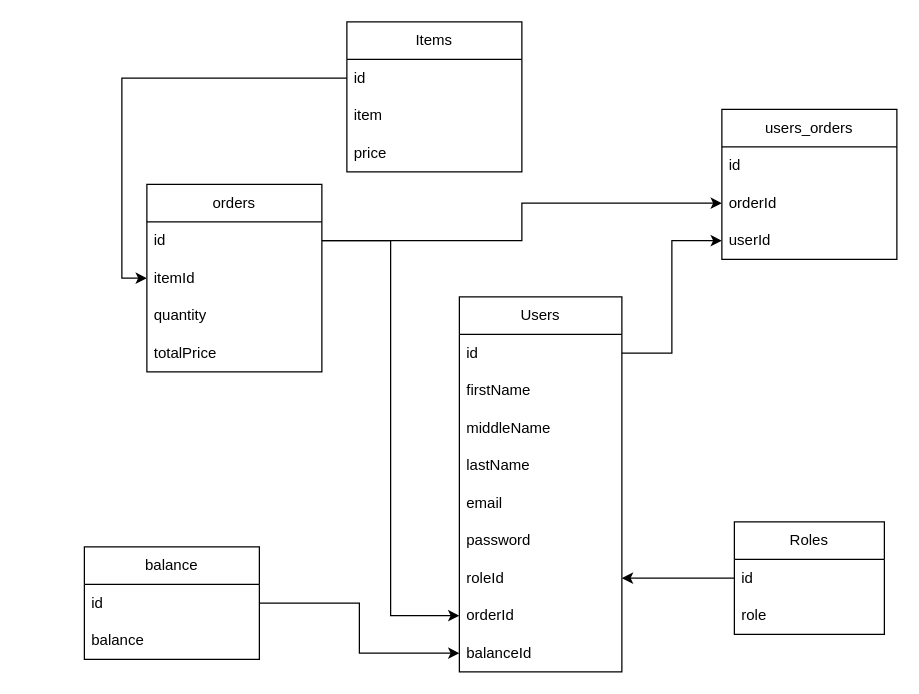
Above: Untitled Diagram.drawio in rvldodo/stripe-api (draw.io), before the change. Source tidied: cells renumbered, new cells numbered last; positions are measured from the earlier drawing's top-left corner, leaving out a move shared by most shapes. Both pictures are drawn from the tidied source at 125%, with x=0, y=0 at pixel (84, 21).
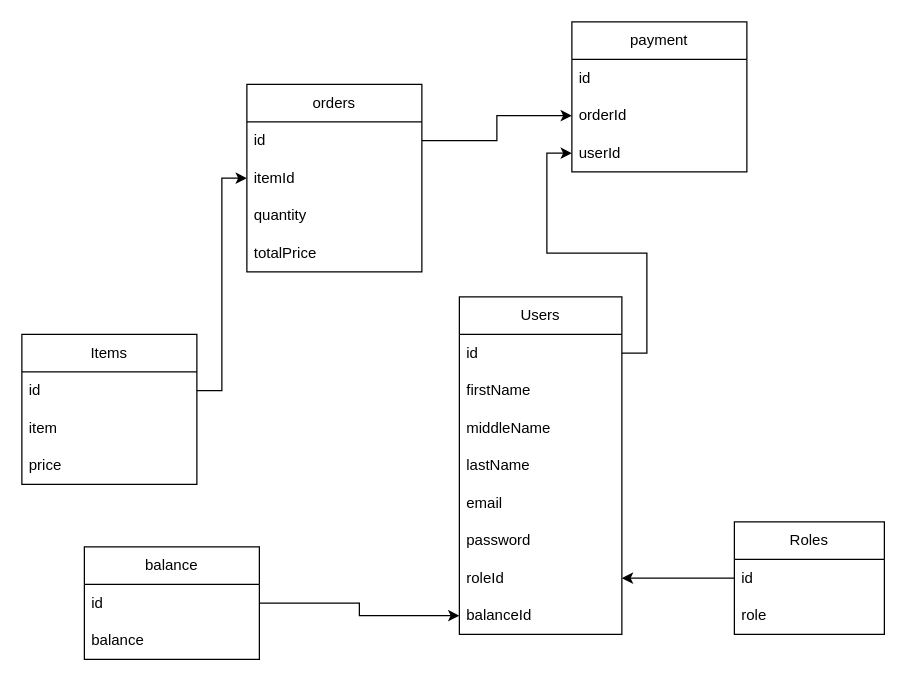
After the change.

The change refers to these unchanged cells:
```xml
<mxCell id="22" value="id" style="text;strokeColor=none;fillColor=none;align=left;verticalAlign=middle;spacingLeft=4;spacingRight=4;overflow=hidden;points=[[0,0.5],[1,0.5]];portConstraint=eastwest;whiteSpace=wrap;html=1;" parent="21" vertex="1">
  <mxGeometry y="30" width="140" height="30" as="geometry" />
</mxCell>
```

What changed in the source:
```diff
@@
     <mxCell id="2" value="Users" style="swimlane;fontStyle=0;horizontal=1;startSize=30;whiteSpace=wrap;html=1;" parent="1" vertex="1">
-      <mxGeometry x="300" y="220" width="130" height="300" as="geometry" />
+      <mxGeometry x="300" y="220" width="130" height="270" as="geometry" />
     </mxCell>
@@
-    <mxCell id="10" value="orderId" style="text;strokeColor=none;fillColor=none;align=left;verticalAlign=middle;spacingLeft=4;spacingRight=4;overflow=hidden;points=[[0,0.5],[1,0.5]];portConstraint=eastwest;whiteSpace=wrap;html=1;" parent="2" vertex="1">
-      <mxGeometry y="240" width="130" height="30" as="geometry" />
-    </mxCell>
     <mxCell id="11" value="balanceId" style="text;strokeColor=none;fillColor=none;align=left;verticalAlign=middle;spacingLeft=4;spacingRight=4;overflow=hidden;points=[[0,0.5],[1,0.5]];portConstraint=eastwest;whiteSpace=wrap;html=1;" parent="2" vertex="1">
-      <mxGeometry y="270" width="130" height="30" as="geometry" />
+      <mxGeometry y="240" width="130" height="30" as="geometry" />
     </mxCell>
@@
     <mxCell id="17" value="Items" style="swimlane;fontStyle=0;horizontal=1;startSize=30;whiteSpace=wrap;html=1;" parent="1" vertex="1">
-      <mxGeometry x="210" width="140" height="120" as="geometry" />
+      <mxGeometry x="-50" y="250" width="140" height="120" as="geometry" />
     </mxCell>
@@
     <mxCell id="21" value="orders" style="swimlane;fontStyle=0;horizontal=1;startSize=30;whiteSpace=wrap;html=1;" parent="1" vertex="1">
-      <mxGeometry x="50" y="130" width="140" height="150" as="geometry" />
+      <mxGeometry x="130" y="50" width="140" height="150" as="geometry" />
     </mxCell>
@@
-    <mxCell id="27" style="edgeStyle=orthogonalEdgeStyle;rounded=0;jettySize=auto;html=1;entryX=0;entryY=0.5;entryDx=0;entryDy=0;" parent="1" edge="1" source="22" target="10">
-      <mxGeometry relative="1" as="geometry" />
-    </mxCell>
-    <mxCell id="28" value="users_orders" style="swimlane;fontStyle=0;horizontal=1;startSize=30;whiteSpace=wrap;html=1;" parent="1" vertex="1">
-      <mxGeometry x="510" y="70" width="140" height="120" as="geometry" />
+    <mxCell id="28" value="payment" style="swimlane;fontStyle=0;horizontal=1;startSize=30;whiteSpace=wrap;html=1;" parent="1" vertex="1">
+      <mxGeometry x="390" width="140" height="120" as="geometry" />
     </mxCell>
```
